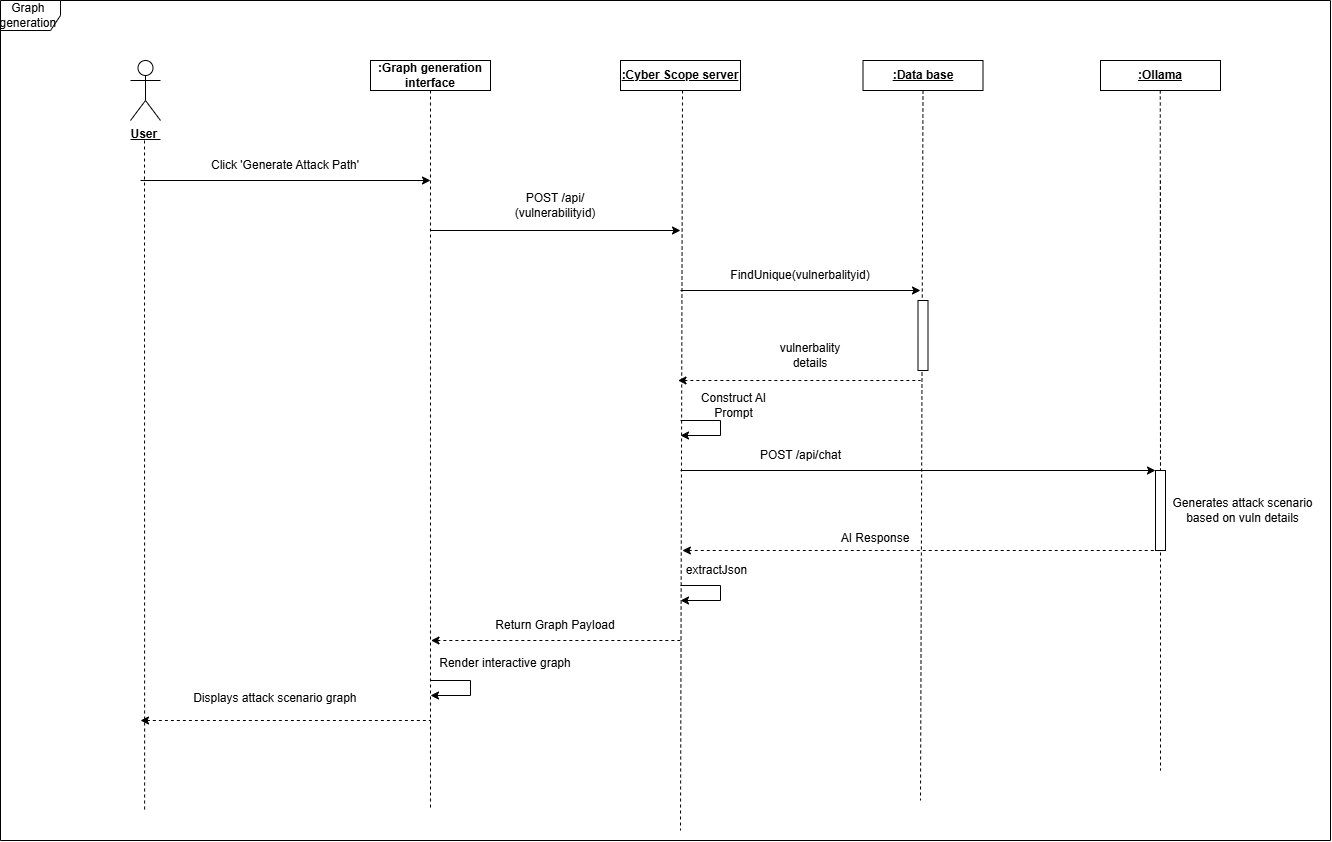
Before: uploads/diagrams/sprint3 sequence.drawio.png, a diagram exported from draw.io (guizanimohamed23/report). Source tidied: cells renumbered, new cells last; positions are measured from the earlier drawing's top-left corner, leaving out a move shared by most shapes.
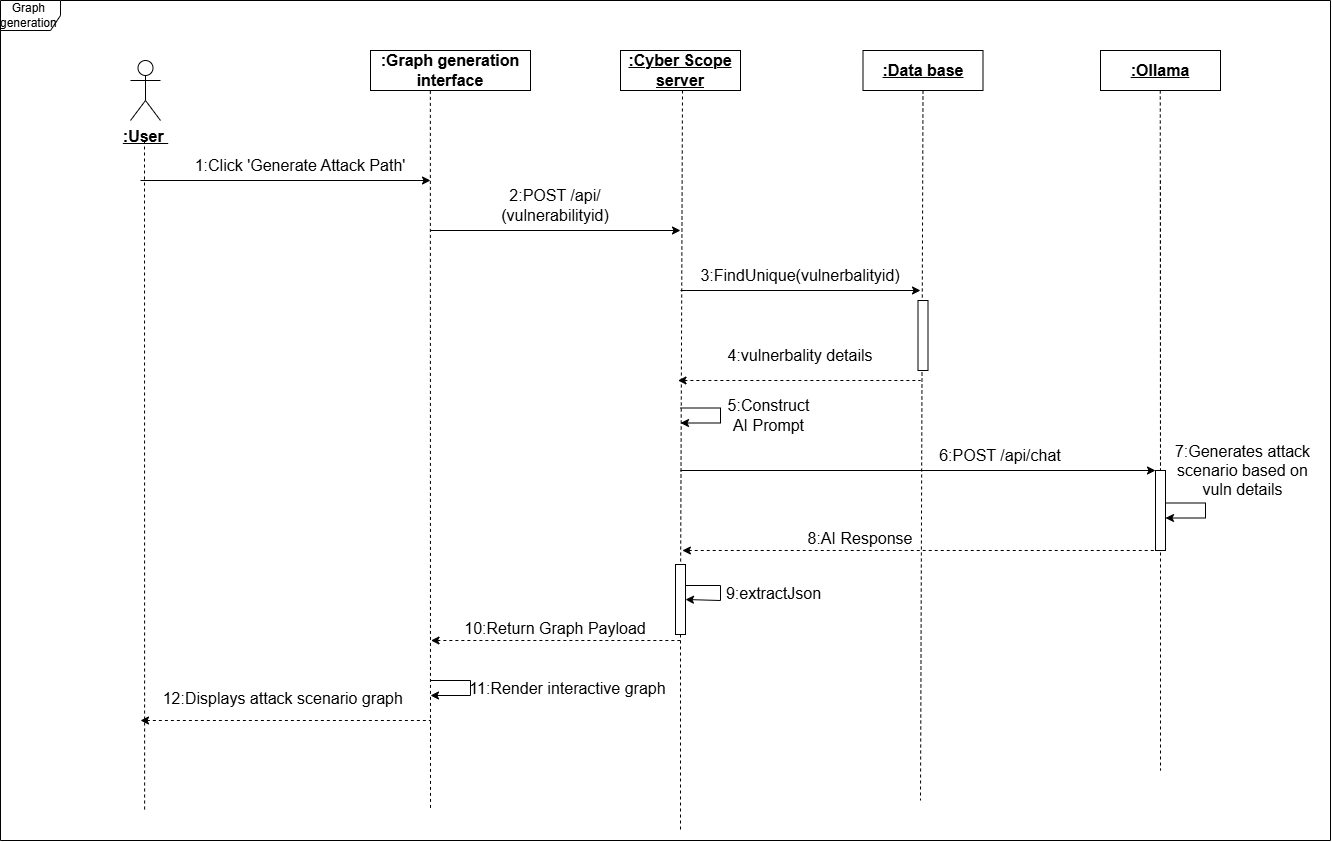
Later version of the same file.

The edit, as a diff of the source:
```diff
@@ -2,7 +2,7 @@
   <root>
     <mxCell id="0" />
     <mxCell id="1" parent="0" />
-    <mxCell id="2" value="&lt;b&gt;&lt;u&gt;User&amp;nbsp;&lt;/u&gt;&lt;/b&gt;" style="shape=umlActor;verticalLabelPosition=bottom;verticalAlign=top;html=1;" parent="1" vertex="1">
+    <mxCell id="2" value="&lt;b&gt;&lt;u&gt;&lt;font style=&quot;font-size: 16px;&quot;&gt;:User&amp;nbsp;&lt;/font&gt;&lt;/u&gt;&lt;/b&gt;" style="shape=umlActor;verticalLabelPosition=bottom;verticalAlign=top;html=1;" parent="1" vertex="1">
       <mxGeometry x="130" y="60" width="30" height="60" as="geometry" />
     </mxCell>
     <mxCell id="3" style="endArrow=none;html=1;rounded=0;dashed=1;endFill=0;" parent="1" edge="1">
@@ -11,26 +11,25 @@
         <mxPoint x="144.1" y="810" as="targetPoint" />
       </mxGeometry>
     </mxCell>
-    <mxCell id="4" value="&lt;b&gt;:Graph generation interface&lt;/b&gt;" style="rounded=0;whiteSpace=wrap;html=1;" parent="1" vertex="1">
-      <mxGeometry x="370" y="60" width="120" height="30" as="geometry" />
+    <mxCell id="4" value="&lt;b&gt;&lt;font style=&quot;font-size: 16px;&quot;&gt;:Graph generation interface&lt;/font&gt;&lt;/b&gt;" style="rounded=0;whiteSpace=wrap;html=1;" parent="1" vertex="1">
+      <mxGeometry x="370" y="50" width="160" height="40" as="geometry" />
     </mxCell>
-    <mxCell id="5" value="&lt;b&gt;&lt;u&gt;:Cyber Scope server&lt;/u&gt;&lt;/b&gt;" style="rounded=0;whiteSpace=wrap;html=1;" parent="1" vertex="1">
-      <mxGeometry x="620" y="60" width="120" height="30" as="geometry" />
+    <mxCell id="5" value="&lt;b&gt;&lt;u&gt;&lt;font style=&quot;font-size: 16px;&quot;&gt;:Cyber Scope server&lt;/font&gt;&lt;/u&gt;&lt;/b&gt;" style="rounded=0;whiteSpace=wrap;html=1;" parent="1" vertex="1">
+      <mxGeometry x="620" y="50" width="120" height="40" as="geometry" />
     </mxCell>
-    <mxCell id="6" value="&lt;b&gt;&lt;u&gt;:Ollama&lt;/u&gt;&lt;/b&gt;" style="rounded=0;whiteSpace=wrap;html=1;" parent="1" vertex="1">
-      <mxGeometry x="1100" y="60" width="120" height="30" as="geometry" />
+    <mxCell id="6" value="&lt;b&gt;&lt;u&gt;&lt;font style=&quot;font-size: 16px;&quot;&gt;:Ollama&lt;/font&gt;&lt;/u&gt;&lt;/b&gt;" style="rounded=0;whiteSpace=wrap;html=1;" parent="1" vertex="1">
+      <mxGeometry x="1100" y="50" width="120" height="40" as="geometry" />
     </mxCell>
-    <mxCell id="7" value="&lt;u&gt;&lt;b&gt;:Data base&lt;/b&gt;&lt;/u&gt;" style="rounded=0;whiteSpace=wrap;html=1;" parent="1" vertex="1">
-      <mxGeometry x="862.5" y="60" width="120" height="30" as="geometry" />
+    <mxCell id="7" value="&lt;u&gt;&lt;b&gt;&lt;font style=&quot;font-size: 16px;&quot;&gt;:Data base&lt;/font&gt;&lt;/b&gt;&lt;/u&gt;" style="rounded=0;whiteSpace=wrap;html=1;" parent="1" vertex="1">
+      <mxGeometry x="862.5" y="50" width="120" height="40" as="geometry" />
     </mxCell>
-    <mxCell id="8" style="endArrow=none;html=1;rounded=0;dashed=1;endFill=0;exitX=0.5;exitY=1;exitDx=0;exitDy=0;" parent="1" edge="1" source="4">
+    <mxCell id="8" style="endArrow=none;html=1;rounded=0;dashed=1;endFill=0;exitX=0.374;exitY=1.01;exitDx=0;exitDy=0;exitPerimeter=0;" parent="1" edge="1" source="4">
       <mxGeometry relative="1" as="geometry">
         <mxPoint x="430" y="810" as="targetPoint" />
       </mxGeometry>
     </mxCell>
-    <mxCell id="9" value=" " style="endArrow=none;html=1;rounded=0;dashed=1;endFill=0;" parent="1" edge="1">
+    <mxCell id="9" value=" " style="endArrow=none;html=1;rounded=0;dashed=1;endFill=0;" parent="1" edge="1" source="40">
       <mxGeometry relative="1" as="geometry">
-        <mxPoint x="682" y="90" as="sourcePoint" />
         <mxPoint x="680" y="830" as="targetPoint" />
       </mxGeometry>
     </mxCell>
@@ -66,13 +65,13 @@
         <mxPoint x="920" y="290" as="targetPoint" />
       </mxGeometry>
     </mxCell>
-    <mxCell id="16" value="Click 'Generate Attack Path'" style="text;html=1;whiteSpace=wrap;strokeColor=none;fillColor=none;align=center;verticalAlign=middle;rounded=0;" parent="1" vertex="1">
-      <mxGeometry x="190" y="150" width="190" height="30" as="geometry" />
+    <mxCell id="16" value="&lt;font style=&quot;font-size: 16px;&quot;&gt;1:Click 'Generate Attack Path'&lt;/font&gt;" style="text;html=1;whiteSpace=wrap;strokeColor=none;fillColor=none;align=center;verticalAlign=middle;rounded=0;" parent="1" vertex="1">
+      <mxGeometry x="190" y="150" width="220" height="30" as="geometry" />
     </mxCell>
-    <mxCell id="17" value="POST /api/ (vulnerabilityid)" style="text;html=1;whiteSpace=wrap;strokeColor=none;fillColor=none;align=center;verticalAlign=middle;rounded=0;" parent="1" vertex="1">
+    <mxCell id="17" value="&lt;font style=&quot;font-size: 16px;&quot;&gt;2:POST /api/ (vulnerabilityid)&lt;/font&gt;" style="text;html=1;whiteSpace=wrap;strokeColor=none;fillColor=none;align=center;verticalAlign=middle;rounded=0;" parent="1" vertex="1">
       <mxGeometry x="490" y="190" width="130" height="30" as="geometry" />
     </mxCell>
-    <mxCell id="18" value="FindUnique(vulnerbalityid)" style="text;html=1;whiteSpace=wrap;strokeColor=none;fillColor=none;align=center;verticalAlign=middle;rounded=0;" parent="1" vertex="1">
+    <mxCell id="18" value="&lt;font style=&quot;font-size: 16px;&quot;&gt;3:FindUnique(vulnerbalityid)&lt;/font&gt;" style="text;html=1;whiteSpace=wrap;strokeColor=none;fillColor=none;align=center;verticalAlign=middle;rounded=0;" parent="1" vertex="1">
       <mxGeometry x="770" y="260" width="60" height="30" as="geometry" />
     </mxCell>
     <mxCell id="19" style="rounded=0;whiteSpace=wrap;html=1;direction=south;" parent="1" vertex="1">
@@ -84,19 +83,19 @@
         <mxPoint x="920" y="380" as="targetPoint" />
       </mxGeometry>
     </mxCell>
-    <mxCell id="21" value="vulnerbality details" style="text;html=1;whiteSpace=wrap;strokeColor=none;fillColor=none;align=center;verticalAlign=middle;rounded=0;" parent="1" vertex="1">
-      <mxGeometry x="760" y="340" width="100" height="30" as="geometry" />
+    <mxCell id="21" value="&lt;font style=&quot;font-size: 16px;&quot;&gt;4:vulnerbality details&lt;/font&gt;" style="text;html=1;whiteSpace=wrap;strokeColor=none;fillColor=none;align=center;verticalAlign=middle;rounded=0;" parent="1" vertex="1">
+      <mxGeometry x="725" y="340" width="150" height="30" as="geometry" />
     </mxCell>
-    <mxCell id="22" value="Construct AI Prompt" style="text;html=1;whiteSpace=wrap;strokeColor=none;fillColor=none;align=center;verticalAlign=middle;rounded=0;" parent="1" vertex="1">
-      <mxGeometry x="690" y="390" width="87" height="30" as="geometry" />
+    <mxCell id="22" value="&lt;font style=&quot;font-size: 16px;&quot;&gt;5:Construct AI Prompt&lt;/font&gt;" style="text;html=1;whiteSpace=wrap;strokeColor=none;fillColor=none;align=center;verticalAlign=middle;rounded=0;" parent="1" vertex="1">
+      <mxGeometry x="725" y="400" width="87" height="30" as="geometry" />
     </mxCell>
     <mxCell id="23" style="endArrow=classic;html=1;rounded=0;" parent="1" edge="1">
       <mxGeometry relative="1" as="geometry">
-        <mxPoint x="680" y="420" as="sourcePoint" />
-        <mxPoint x="680" y="435" as="targetPoint" />
+        <mxPoint x="680" y="407.5" as="sourcePoint" />
+        <mxPoint x="680" y="422.5" as="targetPoint" />
         <Array as="points">
-          <mxPoint x="720" y="420" />
-          <mxPoint x="720" y="435" />
+          <mxPoint x="720" y="407.5" />
+          <mxPoint x="720" y="422.5" />
         </Array>
       </mxGeometry>
     </mxCell>
@@ -105,8 +104,8 @@
         <mxPoint x="680" y="470" as="sourcePoint" />
       </mxGeometry>
     </mxCell>
-    <mxCell id="25" value="POST /api/chat" style="text;html=1;whiteSpace=wrap;strokeColor=none;fillColor=none;align=center;verticalAlign=middle;rounded=0;" parent="1" vertex="1">
-      <mxGeometry x="756.5" y="440" width="87" height="30" as="geometry" />
+    <mxCell id="25" value="&lt;font style=&quot;font-size: 16px;&quot;&gt;6:POST /api/chat&lt;/font&gt;" style="text;html=1;whiteSpace=wrap;strokeColor=none;fillColor=none;align=center;verticalAlign=middle;rounded=0;" parent="1" vertex="1">
+      <mxGeometry x="927.5" y="440" width="143.5" height="30" as="geometry" />
     </mxCell>
     <mxCell id="26" style="endArrow=none;html=1;rounded=0;dashed=1;endFill=0;" parent="1" edge="1" target="27">
       <mxGeometry relative="1" as="geometry">
@@ -122,21 +121,20 @@
         <mxPoint x="1163.1" y="550" as="targetPoint" />
       </mxGeometry>
     </mxCell>
-    <mxCell id="29" value="AI Response" style="text;html=1;whiteSpace=wrap;strokeColor=none;fillColor=none;align=center;verticalAlign=middle;rounded=0;" parent="1" vertex="1">
-      <mxGeometry x="830" y="520" width="90" height="35" as="geometry" />
+    <mxCell id="29" value="&lt;font style=&quot;font-size: 16px;&quot;&gt;8:AI Response&lt;/font&gt;" style="text;html=1;whiteSpace=wrap;strokeColor=none;fillColor=none;align=center;verticalAlign=middle;rounded=0;" parent="1" vertex="1">
+      <mxGeometry x="800" y="520" width="120" height="35" as="geometry" />
     </mxCell>
-    <mxCell id="30" style="endArrow=classic;html=1;rounded=0;" parent="1" edge="1">
+    <mxCell id="30" style="endArrow=classic;html=1;rounded=0;entryX=0.5;entryY=0;entryDx=0;entryDy=0;" parent="1" edge="1" target="40">
       <mxGeometry relative="1" as="geometry">
         <mxPoint x="680" y="585" as="sourcePoint" />
-        <mxPoint x="680" y="600" as="targetPoint" />
         <Array as="points">
           <mxPoint x="720" y="585" />
           <mxPoint x="720" y="600" />
         </Array>
       </mxGeometry>
     </mxCell>
-    <mxCell id="31" value="extractJson" style="text;html=1;whiteSpace=wrap;strokeColor=none;fillColor=none;align=center;verticalAlign=middle;rounded=0;" parent="1" vertex="1">
-      <mxGeometry x="673" y="555" width="87" height="30" as="geometry" />
+    <mxCell id="31" value="&lt;font style=&quot;font-size: 16px;&quot;&gt;9:extractJson&lt;/font&gt;" style="text;html=1;whiteSpace=wrap;strokeColor=none;fillColor=none;align=center;verticalAlign=middle;rounded=0;" parent="1" vertex="1">
+      <mxGeometry x="730" y="577.5" width="87" height="30" as="geometry" />
     </mxCell>
     <mxCell id="32" style="endArrow=none;html=1;rounded=0;strokeWidth=1;startArrow=classic;startFill=1;endFill=0;dashed=1;" parent="1" edge="1">
       <mxGeometry relative="1" as="geometry">
@@ -144,11 +142,11 @@
         <mxPoint x="680" y="640" as="targetPoint" />
       </mxGeometry>
     </mxCell>
-    <mxCell id="33" value="Return Graph Payload" style="text;html=1;whiteSpace=wrap;strokeColor=none;fillColor=none;align=center;verticalAlign=middle;rounded=0;" parent="1" vertex="1">
-      <mxGeometry x="490" y="607.5" width="130" height="35" as="geometry" />
+    <mxCell id="33" value="&lt;font style=&quot;font-size: 16px;&quot;&gt;10:Return Graph Payload&lt;/font&gt;" style="text;html=1;whiteSpace=wrap;strokeColor=none;fillColor=none;align=center;verticalAlign=middle;rounded=0;" parent="1" vertex="1">
+      <mxGeometry x="460" y="610" width="190" height="35" as="geometry" />
     </mxCell>
-    <mxCell id="34" value="Render interactive graph" style="text;html=1;whiteSpace=wrap;strokeColor=none;fillColor=none;align=center;verticalAlign=middle;rounded=0;" parent="1" vertex="1">
-      <mxGeometry x="430" y="645" width="150" height="35" as="geometry" />
+    <mxCell id="34" value="&lt;font style=&quot;font-size: 16px;&quot;&gt;11:Render interactive graph&lt;/font&gt;" style="text;html=1;whiteSpace=wrap;strokeColor=none;fillColor=none;align=center;verticalAlign=middle;rounded=0;" parent="1" vertex="1">
+      <mxGeometry x="460" y="670" width="215" height="35" as="geometry" />
     </mxCell>
     <mxCell id="35" value=" " style="endArrow=classic;html=1;rounded=0;" parent="1" edge="1">
       <mxGeometry relative="1" as="geometry">
@@ -166,11 +164,29 @@
         <mxPoint x="430" y="720" as="targetPoint" />
       </mxGeometry>
     </mxCell>
-    <mxCell id="37" value="Displays attack scenario graph&amp;nbsp;" style="text;html=1;whiteSpace=wrap;strokeColor=none;fillColor=none;align=center;verticalAlign=middle;rounded=0;" parent="1" vertex="1">
-      <mxGeometry x="190" y="680" width="173" height="35" as="geometry" />
+    <mxCell id="37" value="&lt;font style=&quot;font-size: 16px;&quot;&gt;12:Displays attack scenario graph&amp;nbsp;&lt;/font&gt;" style="text;html=1;whiteSpace=wrap;strokeColor=none;fillColor=none;align=center;verticalAlign=middle;rounded=0;" parent="1" vertex="1">
+      <mxGeometry x="160" y="680" width="250" height="35" as="geometry" />
     </mxCell>
-    <mxCell id="38" value="Generates attack scenario based on vuln details" style="text;html=1;whiteSpace=wrap;strokeColor=none;fillColor=none;align=center;verticalAlign=middle;rounded=0;" parent="1" vertex="1">
-      <mxGeometry x="1170" y="495" width="145" height="30" as="geometry" />
+    <mxCell id="38" value="&lt;font style=&quot;font-size: 16px;&quot;&gt;7:Generates attack scenario based on vuln details&lt;/font&gt;" style="text;html=1;whiteSpace=wrap;strokeColor=none;fillColor=none;align=center;verticalAlign=middle;rounded=0;" parent="1" vertex="1">
+      <mxGeometry x="1170" y="440" width="145" height="60" as="geometry" />
     </mxCell>
+    <mxCell id="39" style="endArrow=classic;html=1;rounded=0;" parent="1" edge="1">
+      <mxGeometry relative="1" as="geometry">
+        <mxPoint x="1165" y="502.5" as="sourcePoint" />
+        <mxPoint x="1165" y="517.5" as="targetPoint" />
+        <Array as="points">
+          <mxPoint x="1205" y="502.5" />
+          <mxPoint x="1205" y="517.5" />
+        </Array>
+      </mxGeometry>
+    </mxCell>
+    <mxCell id="40" style="rounded=0;whiteSpace=wrap;html=1;direction=south;" parent="1" vertex="1">
+      <mxGeometry x="675" y="564" width="10" height="70" as="geometry" />
+    </mxCell>
+    <mxCell id="41" style="endArrow=none;html=1;rounded=0;dashed=1;endFill=0;" parent="1" edge="1" target="40">
+      <mxGeometry relative="1" as="geometry">
+        <mxPoint x="682" y="90" as="sourcePoint" />
+      </mxGeometry>
+    </mxCell>
   </root>
 </mxGraphModel>
```
